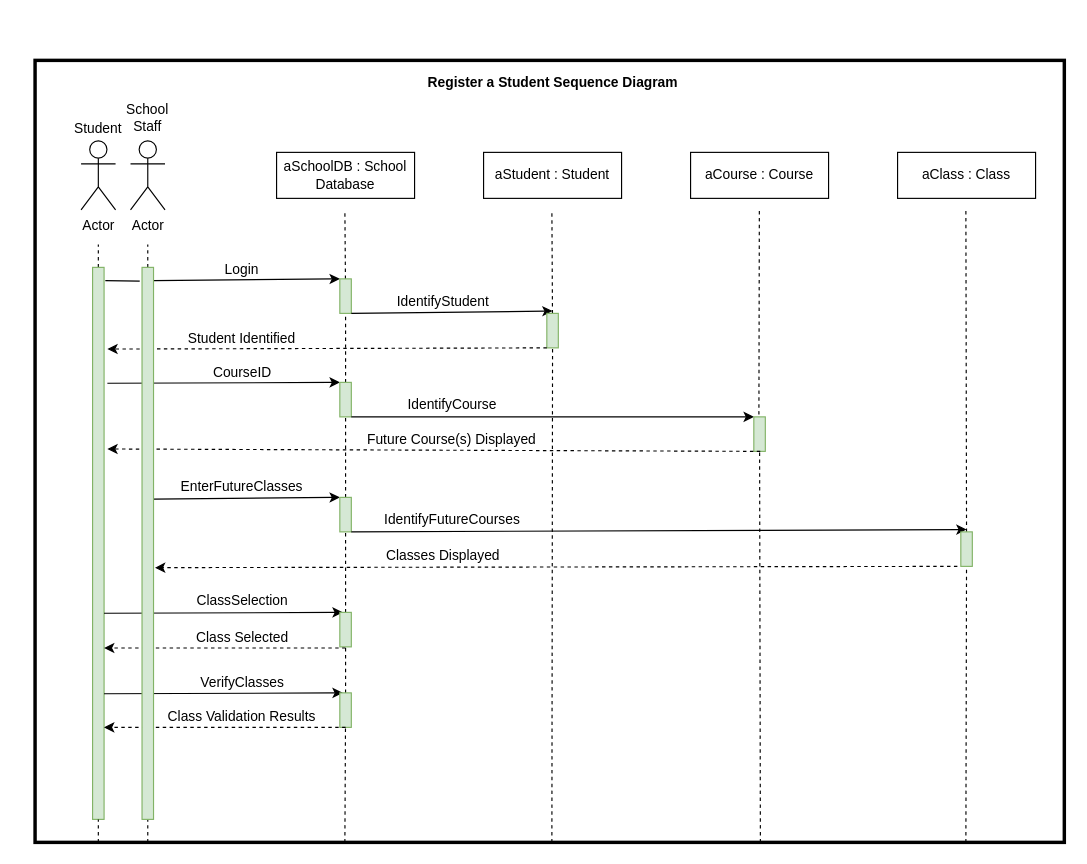
Before: 6-1-Project.drawio in kincaidtk901/Workspace, a draw.io diagram. Source tidied: cells renumbered, new cells numbered last; positions are measured from the earlier drawing's top-left corner, leaving out a move shared by most shapes. Both pictures are drawn from the tidied source at 115%, with x=0, y=0 at pixel (34, 60).
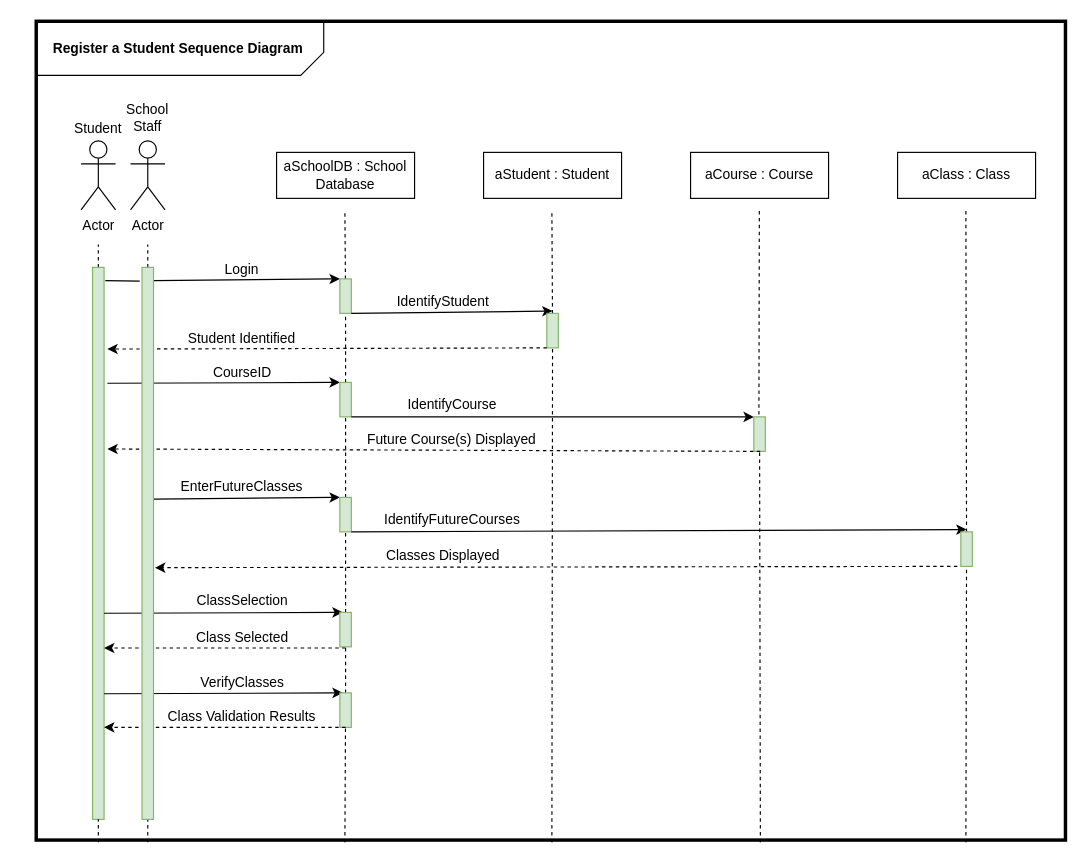
The same diagram, later.

What changed in the source:
```diff
@@
     <mxCell id="63" value="Register a Student Sequence Diagram" style="text;html=1;strokeColor=none;fillColor=none;align=center;verticalAlign=middle;whiteSpace=wrap;rounded=0;fontStyle=1;" parent="1" vertex="1">
-      <mxGeometry x="312.5" y="10" width="275" height="20" as="geometry" />
+      <mxGeometry x="-13" y="-20" width="275" height="20" as="geometry" />
     </mxCell>
     <mxCell id="64" style="rounded=0;whiteSpace=wrap;html=1;fillColor=none;strokeWidth=3;" parent="1" vertex="1">
-      <mxGeometry width="895" height="680" as="geometry" />
+      <mxGeometry x="1" y="-34" width="895" height="712" as="geometry" />
     </mxCell>
@@
+    <mxCell id="66" style="verticalLabelPosition=bottom;verticalAlign=top;html=1;shape=card;whiteSpace=wrap;size=20;arcSize=12;strokeWidth=1;fillColor=none;direction=west;" parent="1" vertex="1">
+      <mxGeometry x="1" y="-33" width="250" height="46" as="geometry" />
+    </mxCell>
```
